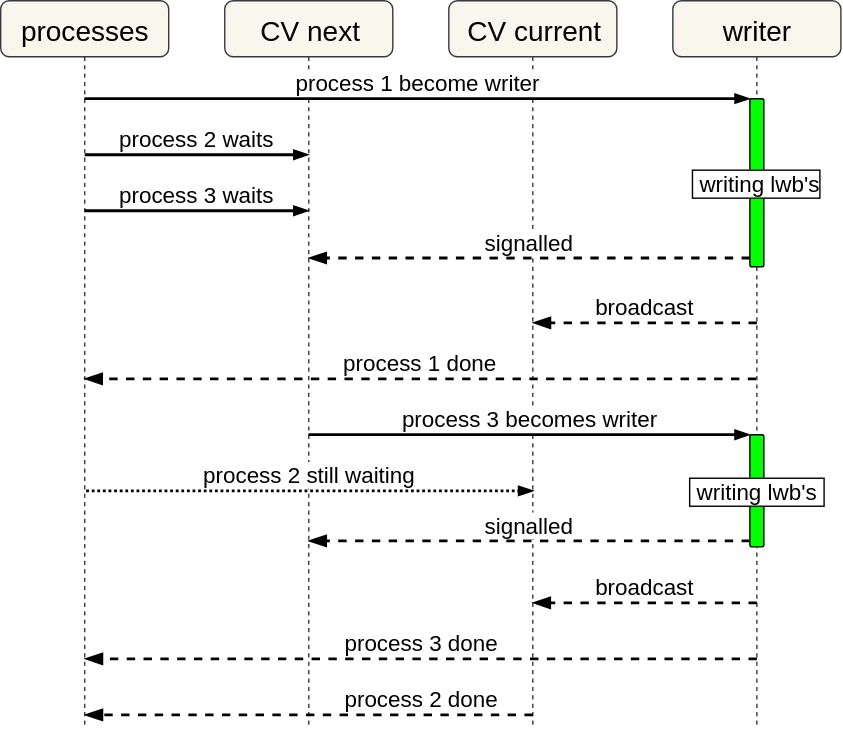
Before: static/post/2017-10-24-zil-performance-how-i-doubled-sync-write-speed/waiter-sequence-before-01.svg, a diagram exported from draw.io (prakashsurya/prakashsurya.github.io). Source tidied: cells renumbered, new cells last; positions are measured from the earlier drawing's top-left corner, leaving out a move shared by most shapes.
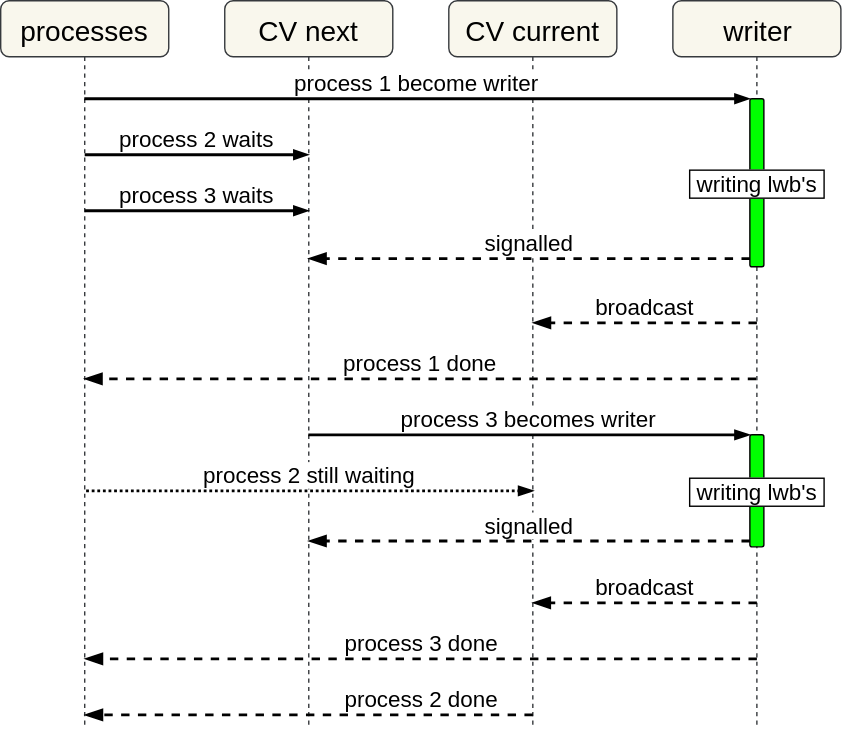
The same file after the commit.

Change to the diagram source:
```diff
@@ -14,7 +14,7 @@
     <mxCell id="5" value="writer" style="shape=umlLifeline;perimeter=lifelinePerimeter;whiteSpace=wrap;html=1;outlineConnect=0;rounded=1;shadow=0;comic=0;fillColor=#f9f7ed;fontSize=20;strokeColor=#36393d;" parent="1" vertex="1">
       <mxGeometry x="480" width="120" height="520" as="geometry" />
     </mxCell>
-    <mxCell id="6" value="&amp;nbsp;writing lwb's" style="html=1;points=[];perimeter=orthogonalPerimeter;rounded=1;shadow=0;comic=0;labelBackgroundColor=#ffffff;fillColor=#00FF00;fontSize=16;labelPosition=center;verticalLabelPosition=middle;align=center;verticalAlign=middle;labelBorderColor=#000000;" parent="5" vertex="1">
+    <mxCell id="6" value="&amp;nbsp;writing lwb's&amp;nbsp;" style="html=1;points=[];perimeter=orthogonalPerimeter;rounded=1;shadow=0;comic=0;labelBackgroundColor=#ffffff;fillColor=#00FF00;fontSize=16;labelPosition=center;verticalLabelPosition=middle;align=center;verticalAlign=middle;labelBorderColor=#000000;" parent="5" vertex="1">
       <mxGeometry x="55" y="70" width="10" height="120" as="geometry" />
     </mxCell>
     <mxCell id="7" value="&amp;nbsp;writing lwb's&amp;nbsp;" style="html=1;points=[];perimeter=orthogonalPerimeter;rounded=1;shadow=0;comic=0;labelBackgroundColor=#ffffff;fillColor=#00FF00;fontSize=16;labelPosition=center;verticalLabelPosition=middle;align=center;verticalAlign=middle;labelBorderColor=#000000;" parent="5" vertex="1">
```
